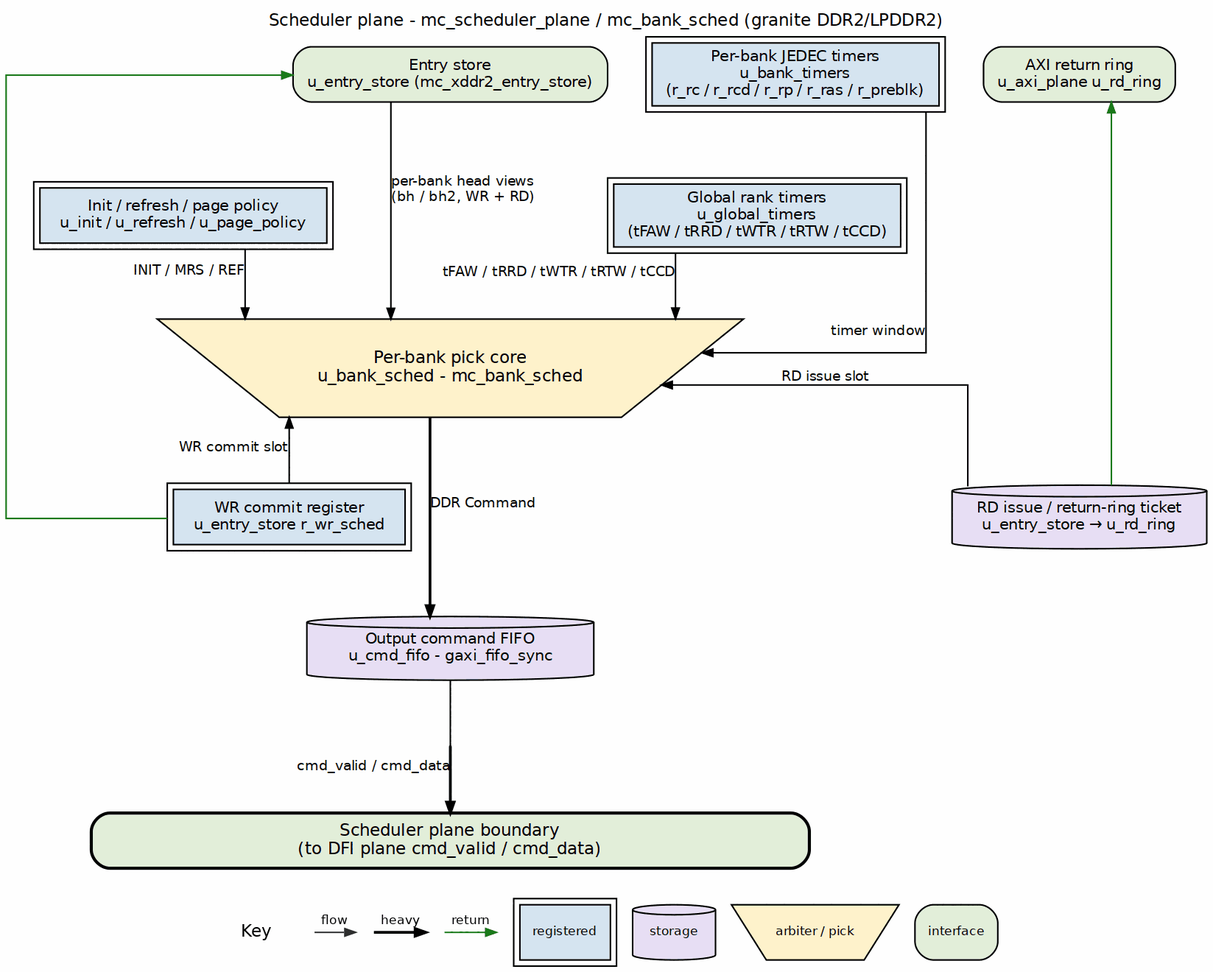
Before: vault/tracking/projects/components/mem-ctrl-ip/assets/mc003/sched_plane_blocks.png, a diagram exported from Graphviz (sean-galloway/RTLDesignSherpa). Its source is kept beside it as vault/tracking/projects/components/mem-ctrl-ip/assets/mc003/sched_plane_blocks.dot.
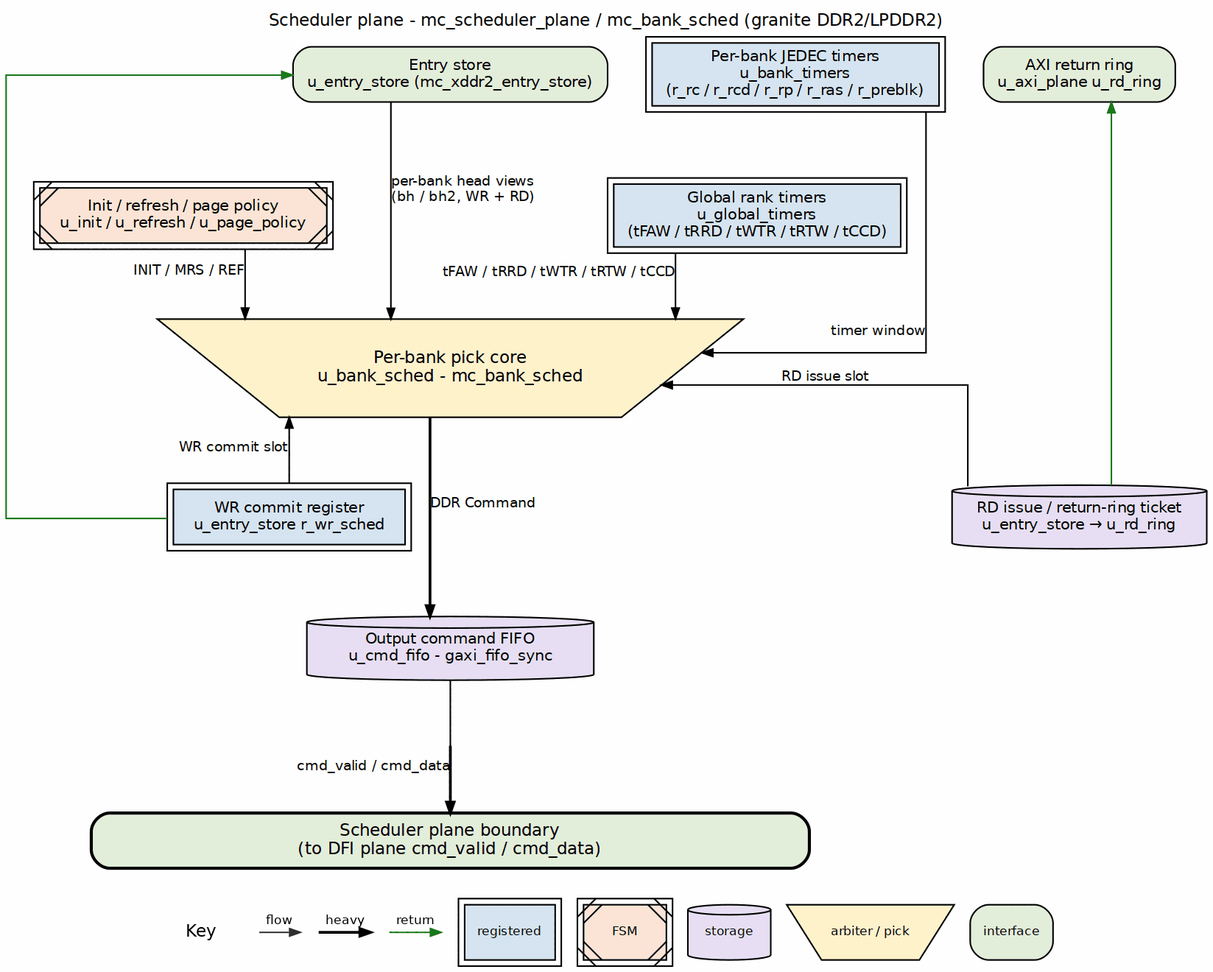
The same file after the commit.

What changed in the source:
```diff
@@ -10,7 +10,7 @@
     entry_store [label="Entry store\nu_entry_store (mc_xddr2_entry_store)", fillcolor="white", group=C, style="rounded,filled", fillcolor="#E2EFDA"];
     axi_return  [label="AXI return ring\nu_axi_plane u_rd_ring", fillcolor="white", group=R, style="rounded,filled", fillcolor="#E2EFDA"];
 
-    init [label="Init / refresh / page policy\nu_init / u_refresh / u_page_policy", group=C, width=2.6, peripheries=2, style="filled", fillcolor="#D6E4F0"];
+    init [label="Init / refresh / page policy\nu_init / u_refresh / u_page_policy", group=C, width=2.6, peripheries=2, style="filled,diagonals", fillcolor="#FCE4D6"];
     bank_timers [label="Per-bank JEDEC timers\nu_bank_timers\n(r_rc / r_rcd / r_rp / r_ras / r_preblk)", group=C, width=2.5, peripheries=2, style="filled", fillcolor="#D6E4F0"];
     global_timers [label="Global rank timers\nu_global_timers\n(tFAW / tRRD / tWTR / tRTW / tCCD)", group=C, width=2.5, peripheries=2, style="filled", fillcolor="#D6E4F0"];
     sched_core [label="Per-bank pick core\nu_bank_sched - mc_bank_sched",
```
